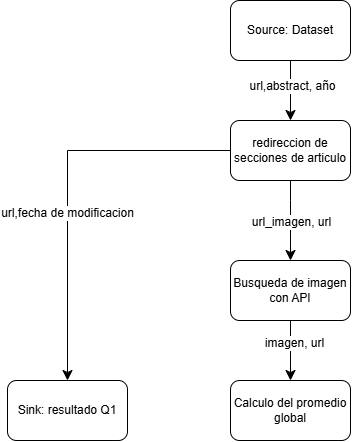
This is diseño/diagramas/DAG_Q1y2.png from LuccaMarino/tp-grupal_Distribuidos, a draw.io export, as it was before one commit. Source tidied: cells renumbered, new cells last; positions are measured from the earlier drawing's top-left corner, leaving out a move shared by most shapes.
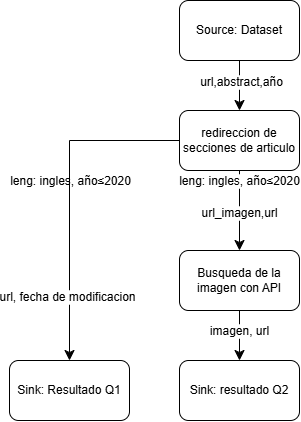
The same diagram one commit later.

Change to the diagram source:
```diff
@@ -2,48 +2,56 @@
   <root>
     <mxCell id="0" />
     <mxCell id="1" parent="0" />
-    <mxCell id="2" style="edgeStyle=none;curved=1;rounded=0;curveGeometry=1;jettySize=auto;html=1;fontSize=12;startSize=8;endSize=8;" parent="1" edge="1" source="4" target="7">
+    <mxCell id="2" style="edgeStyle=none;curved=1;rounded=0;curveGeometry=1;jettySize=auto;html=1;entryX=0.5;entryY=0;entryDx=0;entryDy=0;fontSize=12;defaultLabelBackgroundColor=page;startSize=8;endSize=8;" parent="1" edge="1" source="4" target="7">
       <mxGeometry relative="1" as="geometry" />
     </mxCell>
-    <mxCell id="3" value="url,abstract, año" style="edgeLabel;html=1;align=center;verticalAlign=middle;fontSize=12;" parent="2" vertex="1">
-      <mxGeometry x="-0.18" y="1" relative="1" as="geometry" />
-    </mxCell>
+    <mxCell id="15" value="url,abstract,año" style="edgeLabel;html=1;align=center;verticalAlign=middle;inheritText=1;fontSize=12;defaultLabelBackgroundColor=page;" parent="2" vertex="1">
+      <mxGeometry x="-0.16" y="1" relative="1" as="geometry" />
+    </mxCell>
     <mxCell id="4" value="Source: Dataset" style="rounded=1;whiteSpace=wrap;html=1;roundedPerimeter=1;" parent="1" vertex="1">
-      <mxGeometry x="223" width="120" height="60" as="geometry" />
+      <mxGeometry x="290" y="-90" width="120" height="60" as="geometry" />
     </mxCell>
-    <mxCell id="5" style="edgeStyle=none;curved=1;rounded=0;curveGeometry=1;jettySize=auto;html=1;fontSize=12;startSize=8;endSize=8;entryX=0.5;entryY=0;entryDx=0;entryDy=0;" parent="1" edge="1" source="7" target="13">
-      <mxGeometry relative="1" as="geometry">
-        <Array as="points">
-          <mxPoint x="283" y="200" />
-        </Array>
-      </mxGeometry>
-    </mxCell>
-    <mxCell id="6" value="url_imagen, url" style="edgeLabel;html=1;align=center;verticalAlign=middle;fontSize=12;" parent="5" vertex="1">
-      <mxGeometry x="0.02" relative="1" as="geometry" />
-    </mxCell>
+    <mxCell id="16" style="edgeStyle=none;curved=1;rounded=0;curveGeometry=1;jettySize=auto;html=1;entryX=0.5;entryY=0;entryDx=0;entryDy=0;fontSize=12;defaultLabelBackgroundColor=page;startSize=8;endSize=8;" parent="1" edge="1" source="7" target="24">
+      <mxGeometry relative="1" as="geometry" />
+    </mxCell>
+    <mxCell id="17" value="url_imagen,url" style="edgeLabel;html=1;align=center;verticalAlign=middle;inheritText=1;fontSize=12;defaultLabelBackgroundColor=page;" parent="16" vertex="1">
+      <mxGeometry x="0.06" relative="1" as="geometry" />
+    </mxCell>
+    <mxCell id="18" value="leng: ingles, año≤2020" style="edgeLabel;html=1;align=center;verticalAlign=middle;inheritText=1;fontSize=12;defaultLabelBackgroundColor=page;" parent="16" vertex="1">
+      <mxGeometry x="-0.81" relative="1" as="geometry">
+        <mxPoint y="2" as="offset" />
+      </mxGeometry>
+    </mxCell>
+    <mxCell id="19" value="leng: ingles, año≤2020" style="edgeLabel;html=1;align=center;verticalAlign=middle;inheritText=1;fontSize=12;defaultLabelBackgroundColor=page;" parent="16" vertex="1">
+      <mxGeometry x="-0.81" relative="1" as="geometry">
+        <mxPoint x="-170" y="2" as="offset" />
+      </mxGeometry>
+    </mxCell>
+    <mxCell id="20" style="edgeStyle=orthogonalEdgeStyle;rounded=0;jettySize=auto;html=1;entryX=0.5;entryY=0;entryDx=0;entryDy=0;fontSize=12;defaultLabelBackgroundColor=page;startSize=8;endSize=8;" parent="1" edge="1" source="7" target="22">
+      <mxGeometry relative="1" as="geometry" />
+    </mxCell>
+    <mxCell id="21" value="url, fecha de modificacion" style="edgeLabel;html=1;align=center;verticalAlign=middle;inheritText=1;fontSize=12;defaultLabelBackgroundColor=page;" parent="20" vertex="1">
+      <mxGeometry x="0.61" y="-2" relative="1" as="geometry" />
+    </mxCell>
     <mxCell id="7" value="redireccion de secciones de articulo" style="rounded=1;whiteSpace=wrap;html=1;roundedPerimeter=1;" parent="1" vertex="1">
-      <mxGeometry x="223" y="120" width="120" height="60" as="geometry" />
+      <mxGeometry x="290" y="20" width="120" height="60" as="geometry" />
     </mxCell>
-    <mxCell id="8" value="Sink: resultado Q1" style="rounded=1;whiteSpace=wrap;html=1;roundedPerimeter=1;" parent="1" vertex="1">
-      <mxGeometry y="380" width="120" height="60" as="geometry" />
-    </mxCell>
-    <mxCell id="9" style="edgeStyle=orthogonalEdgeStyle;rounded=0;jettySize=auto;html=1;fontSize=12;startSize=8;endSize=8;exitX=0;exitY=0.5;exitDx=0;exitDy=0;" parent="1" edge="1" source="7" target="8">
-      <mxGeometry relative="1" as="geometry" />
-    </mxCell>
-    <mxCell id="10" value="url,fecha de modificacion" style="edgeLabel;html=1;align=center;verticalAlign=middle;fontSize=12;" parent="9" vertex="1">
-      <mxGeometry x="0.15" y="-1" relative="1" as="geometry" />
-    </mxCell>
-    <mxCell id="11" style="edgeStyle=none;curved=1;rounded=0;curveGeometry=1;jettySize=auto;html=1;fontSize=12;startSize=8;endSize=8;" parent="1" edge="1" source="13" target="14">
-      <mxGeometry relative="1" as="geometry" />
-    </mxCell>
+    <mxCell id="22" value="Sink: Resultado Q1" style="rounded=1;whiteSpace=wrap;html=1;roundedPerimeter=1;" parent="1" vertex="1">
+      <mxGeometry x="120" y="270" width="120" height="60" as="geometry" />
+    </mxCell>
+    <mxCell id="23" style="edgeStyle=none;curved=1;rounded=0;curveGeometry=1;jettySize=auto;html=1;fontSize=12;defaultLabelBackgroundColor=page;startSize=8;endSize=8;entryX=0.5;entryY=0;entryDx=0;entryDy=0;" parent="1" edge="1" source="24" target="25">
+      <mxGeometry relative="1" as="geometry" />
+    </mxCell>
-    <mxCell id="12" value="imagen, url" style="edgeLabel;html=1;align=center;verticalAlign=middle;fontSize=12;" parent="11" vertex="1">
-      <mxGeometry x="-0.27" y="3" relative="1" as="geometry" />
+    <mxCell id="12" value="imagen, url" style="edgeLabel;html=1;align=center;verticalAlign=middle;inheritText=1;fontSize=12;defaultLabelBackgroundColor=page;" parent="23" vertex="1">
+      <mxGeometry x="0.2" y="4" relative="1" as="geometry">
+        <mxPoint x="-4" y="-10" as="offset" />
+      </mxGeometry>
     </mxCell>
-    <mxCell id="13" value="Busqueda de imagen con API" style="rounded=1;whiteSpace=wrap;html=1;" parent="1" vertex="1">
-      <mxGeometry x="223" y="260" width="120" height="60" as="geometry" />
-    </mxCell>
-    <mxCell id="14" value="Calculo del promedio global" style="rounded=1;whiteSpace=wrap;html=1;roundedPerimeter=1;" parent="1" vertex="1">
-      <mxGeometry x="223" y="380" width="120" height="60" as="geometry" />
-    </mxCell>
+    <mxCell id="24" value="Busqueda de la imagen con API" style="rounded=1;whiteSpace=wrap;html=1;roundedPerimeter=1;" parent="1" vertex="1">
+      <mxGeometry x="290" y="160" width="120" height="60" as="geometry" />
+    </mxCell>
+    <mxCell id="25" value="Sink: resultado Q2" style="rounded=1;whiteSpace=wrap;html=1;roundedPerimeter=1;" parent="1" vertex="1">
+      <mxGeometry x="290" y="270" width="120" height="60" as="geometry" />
+    </mxCell>
   </root>
 </mxGraphModel>
```
